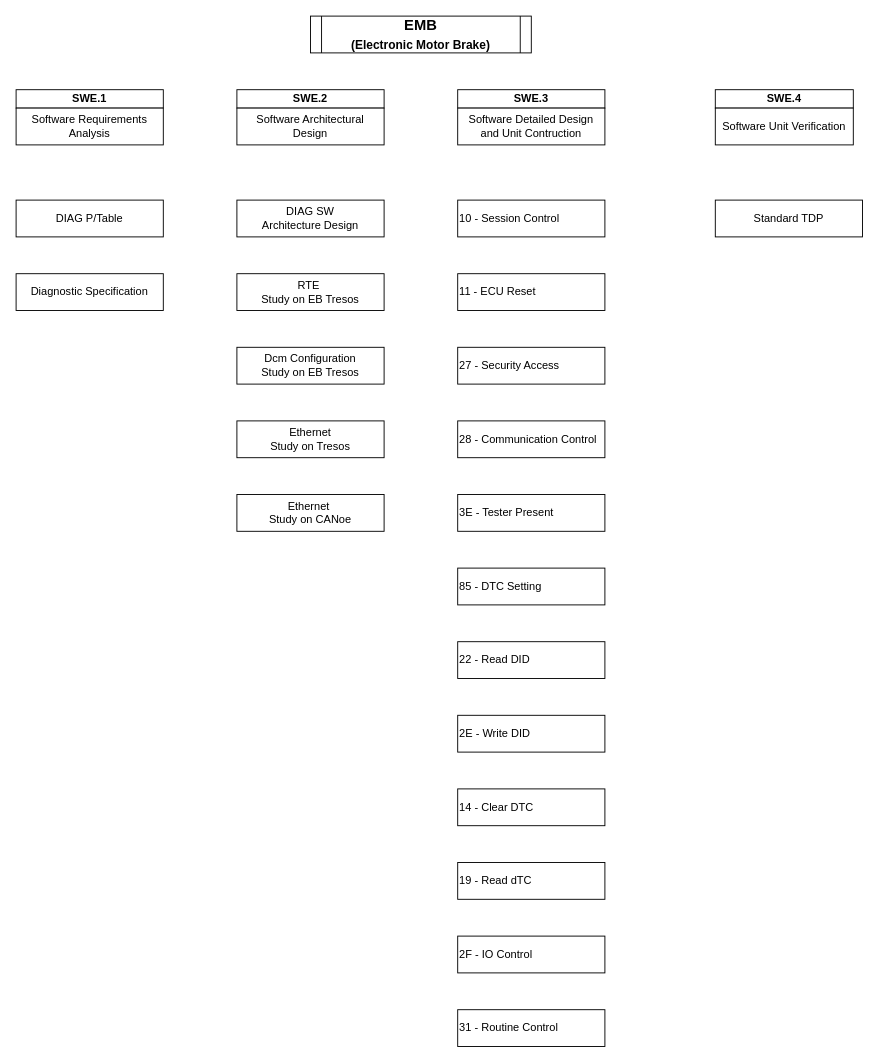
Above: page "02. ASPICE" (2 of 3) of 03. WBS/WBS_EMB.drawio in Jinhwan-Jung/emb (draw.io), before the change. Source tidied: cells renumbered, new cells numbered last; positions are measured from the earlier drawing's top-left corner, leaving out a move shared by most shapes. Both pictures are drawn from the tidied source at 92%, with x=0, y=0 at pixel (16, 16).
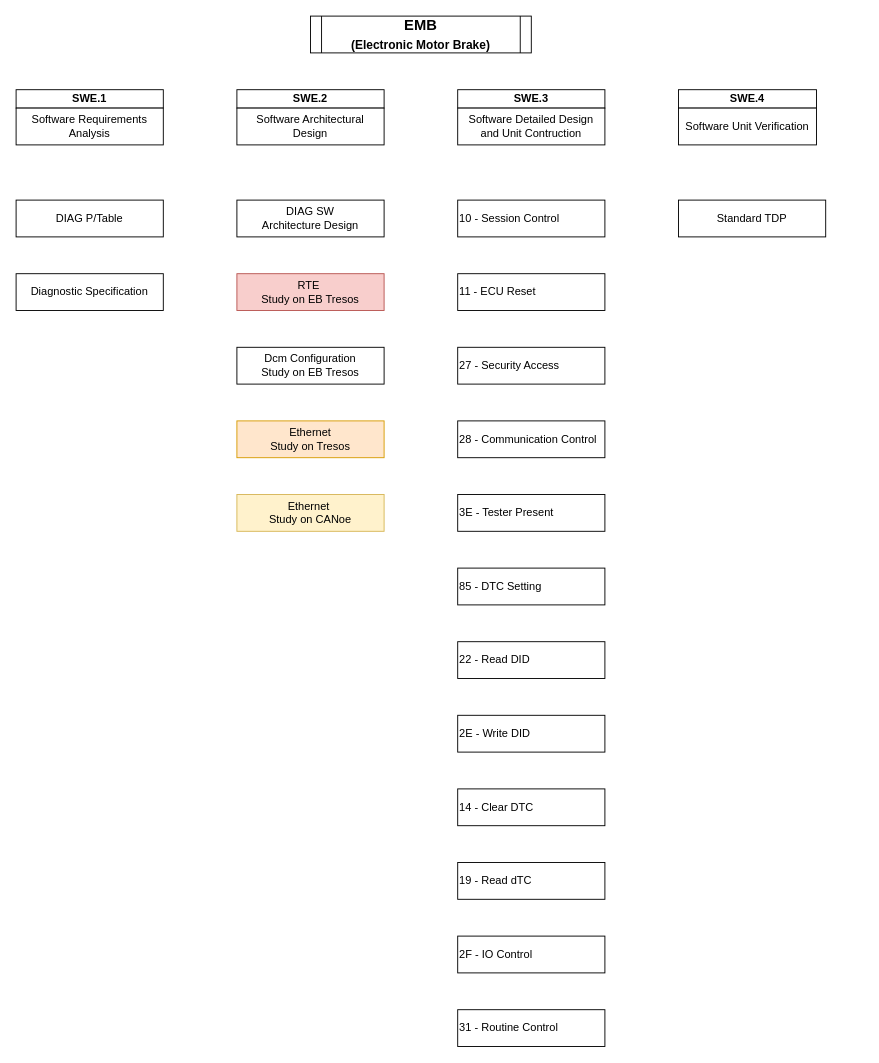
The same diagram, later.

What changed in the source:
```diff
@@
     <mxCell id="5" value="SWE.4" style="rounded=0;whiteSpace=wrap;html=1;fontStyle=1;" parent="1" vertex="1">
-      <mxGeometry x="760" y="80" width="150" height="20" as="geometry" />
+      <mxGeometry x="720" y="80" width="150" height="20" as="geometry" />
     </mxCell>
@@
     <mxCell id="13" value="Software Unit Verification" style="rounded=0;whiteSpace=wrap;html=1;" parent="1" vertex="1">
-      <mxGeometry x="760" y="100" width="150" height="40" as="geometry" />
+      <mxGeometry x="720" y="100" width="150" height="40" as="geometry" />
     </mxCell>
     <mxCell id="14" value="Standard TDP" style="rounded=0;whiteSpace=wrap;html=1;" parent="1" vertex="1">
-      <mxGeometry x="760" y="200" width="160" height="40" as="geometry" />
+      <mxGeometry x="720" y="200" width="160" height="40" as="geometry" />
     </mxCell>
-    <mxCell id="15" value="RTE&amp;nbsp;&lt;br&gt;Study on EB Tresos" style="rounded=0;whiteSpace=wrap;html=1;" parent="1" vertex="1">
+    <mxCell id="15" value="RTE&amp;nbsp;&lt;br&gt;Study on EB Tresos" style="rounded=0;whiteSpace=wrap;html=1;fillColor=#f8cecc;strokeColor=#b85450;" parent="1" vertex="1">
       <mxGeometry x="240" y="280" width="160" height="40" as="geometry" />
     </mxCell>
-    <mxCell id="16" value="Ethernet&lt;br&gt;Study on Tresos" style="rounded=0;whiteSpace=wrap;html=1;" parent="1" vertex="1">
+    <mxCell id="16" value="Ethernet&lt;br&gt;Study on Tresos" style="rounded=0;whiteSpace=wrap;html=1;fillColor=#ffe6cc;strokeColor=#d79b00;" parent="1" vertex="1">
       <mxGeometry x="240" y="440" width="160" height="40" as="geometry" />
     </mxCell>
-    <mxCell id="17" value="Ethernet&amp;nbsp;&lt;br&gt;Study on CANoe" style="rounded=0;whiteSpace=wrap;html=1;" parent="1" vertex="1">
+    <mxCell id="17" value="Ethernet&amp;nbsp;&lt;br&gt;Study on CANoe" style="rounded=0;whiteSpace=wrap;html=1;fillColor=#fff2cc;strokeColor=#d6b656;" parent="1" vertex="1">
       <mxGeometry x="240" y="520" width="160" height="40" as="geometry" />
     </mxCell>
```
